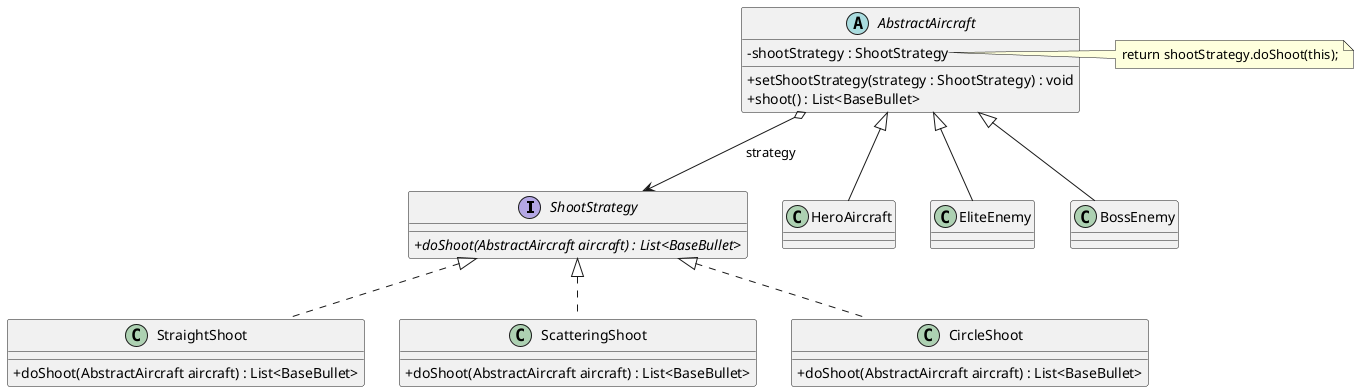
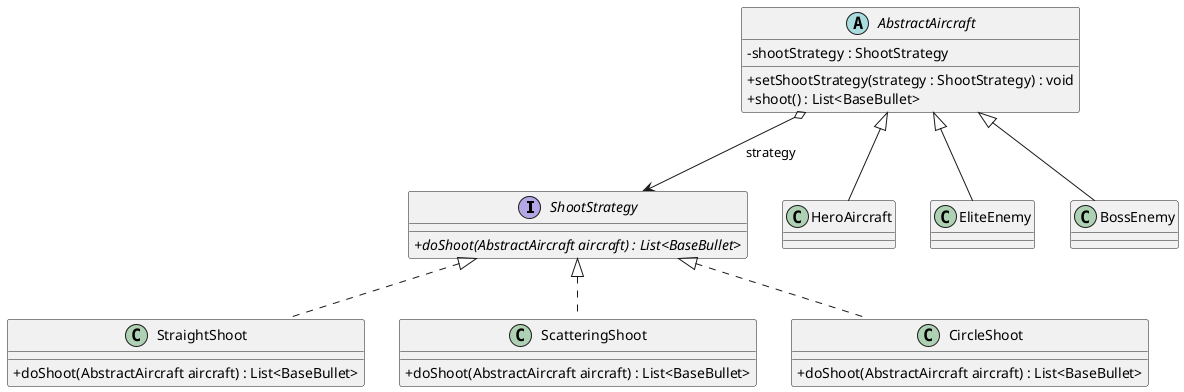
@startuml
'设置绘图参数
skinparam classAttributeIconSize 0

interface ShootStrategy {
    + {abstract} doShoot(AbstractAircraft aircraft) : List<BaseBullet>
}

class StraightShoot implements ShootStrategy {
    + doShoot(AbstractAircraft aircraft) : List<BaseBullet>
}

class ScatteringShoot implements ShootStrategy {
    + doShoot(AbstractAircraft aircraft) : List<BaseBullet>
}

class CircleShoot implements ShootStrategy {
    + doShoot(AbstractAircraft aircraft) : List<BaseBullet>
}

abstract class AbstractAircraft {
    - shootStrategy : ShootStrategy
    + setShootStrategy(strategy : ShootStrategy) : void
    + shoot() : List<BaseBullet>
}

class HeroAircraft extends AbstractAircraft {
}

class EliteEnemy extends AbstractAircraft {
}

class BossEnemy extends AbstractAircraft {
}

'关系表示
AbstractAircraft o--> ShootStrategy : strategy
- note right of AbstractAircraft::shoot
-   return shootStrategy.doShoot(this);
- end note

@enduml